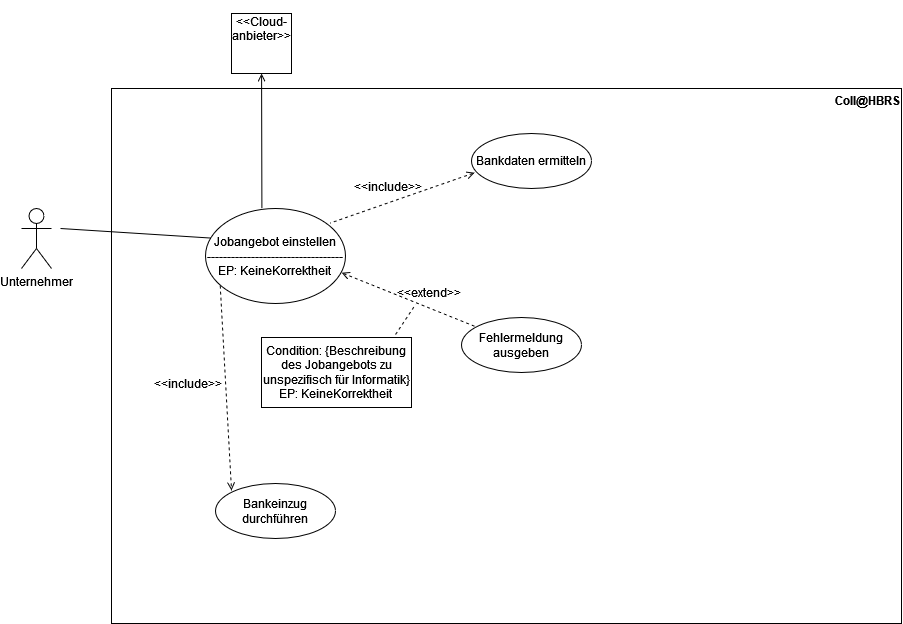
fitnesstino/WS22-SE1 keeps this draw.io diagram as src/org/hbrs/se1/ws22/uebung6/Uebung6-1b.drawio.png. Above is the earlier version. Source tidied: cells renumbered, new cells last; positions are measured from the earlier drawing's top-left corner, leaving out a move shared by most shapes.
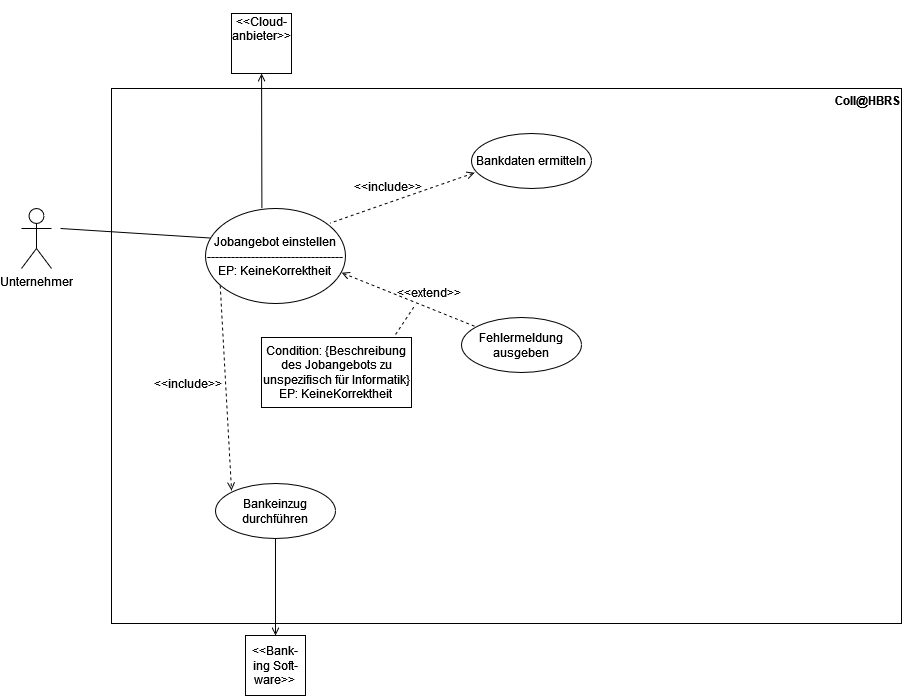
The same diagram one commit later.

What changed in the source:
```diff
@@ -69,5 +69,13 @@
     <mxCell id="19" value="&lt;div&gt;&amp;lt;&amp;lt;include&amp;gt;&amp;gt;&lt;/div&gt;" style="text;html=1;strokeColor=none;fillColor=none;align=center;verticalAlign=middle;whiteSpace=wrap;rounded=0;fontFamily=Helvetica;fontSize=12;fontColor=default;" parent="1" vertex="1">
       <mxGeometry x="137" y="355" width="60" height="30" as="geometry" />
     </mxCell>
+    <mxCell id="20" value="&lt;div&gt;&amp;lt;&amp;lt;Bank-&lt;/div&gt;&lt;div&gt;ing Soft-&lt;/div&gt;&lt;div&gt;ware&amp;gt;&amp;gt;&lt;br&gt;&lt;/div&gt;" style="rounded=0;whiteSpace=wrap;html=1;fillColor=none;" parent="1" vertex="1">
+      <mxGeometry x="224" y="622" width="60" height="60" as="geometry" />
+    </mxCell>
+    <mxCell id="21" style="endArrow=none;html=1;rounded=0;entryX=0.004;entryY=0.576;entryDx=0;entryDy=0;entryPerimeter=0;endFill=0;startArrow=open;startFill=0;exitX=0.5;exitY=0;exitDx=0;exitDy=0;" parent="1" edge="1" source="20">
+      <mxGeometry relative="1" as="geometry">
+        <mxPoint x="254" y="525" as="targetPoint" />
+      </mxGeometry>
+    </mxCell>
   </root>
 </mxGraphModel>
```
